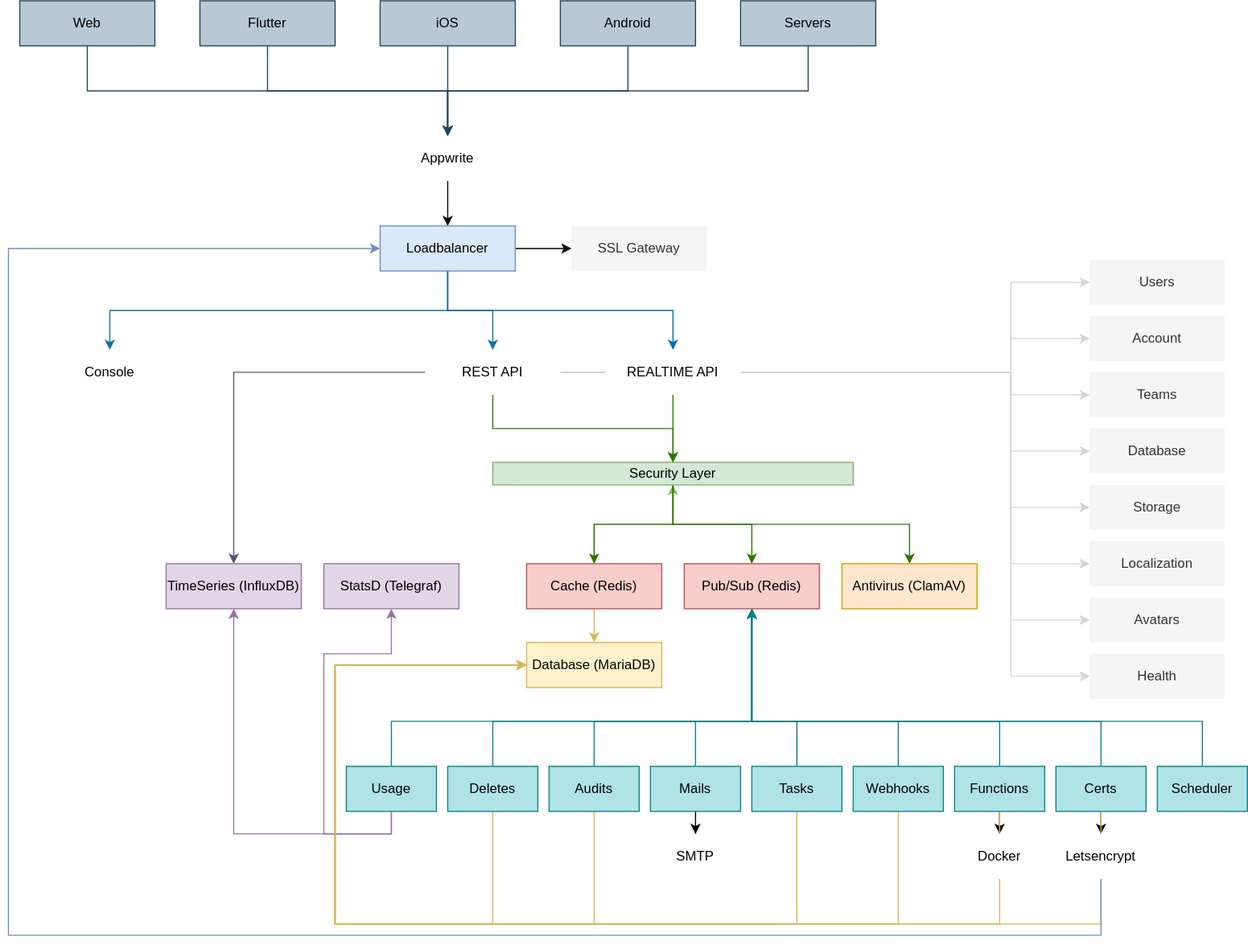
The draw.io diagram docs/specs/overview.drawio.svg in silverknight59222/appwrite, before a commit. Source tidied: cells renumbered, new cells last; positions are measured from the earlier drawing's top-left corner, leaving out a move shared by most shapes.
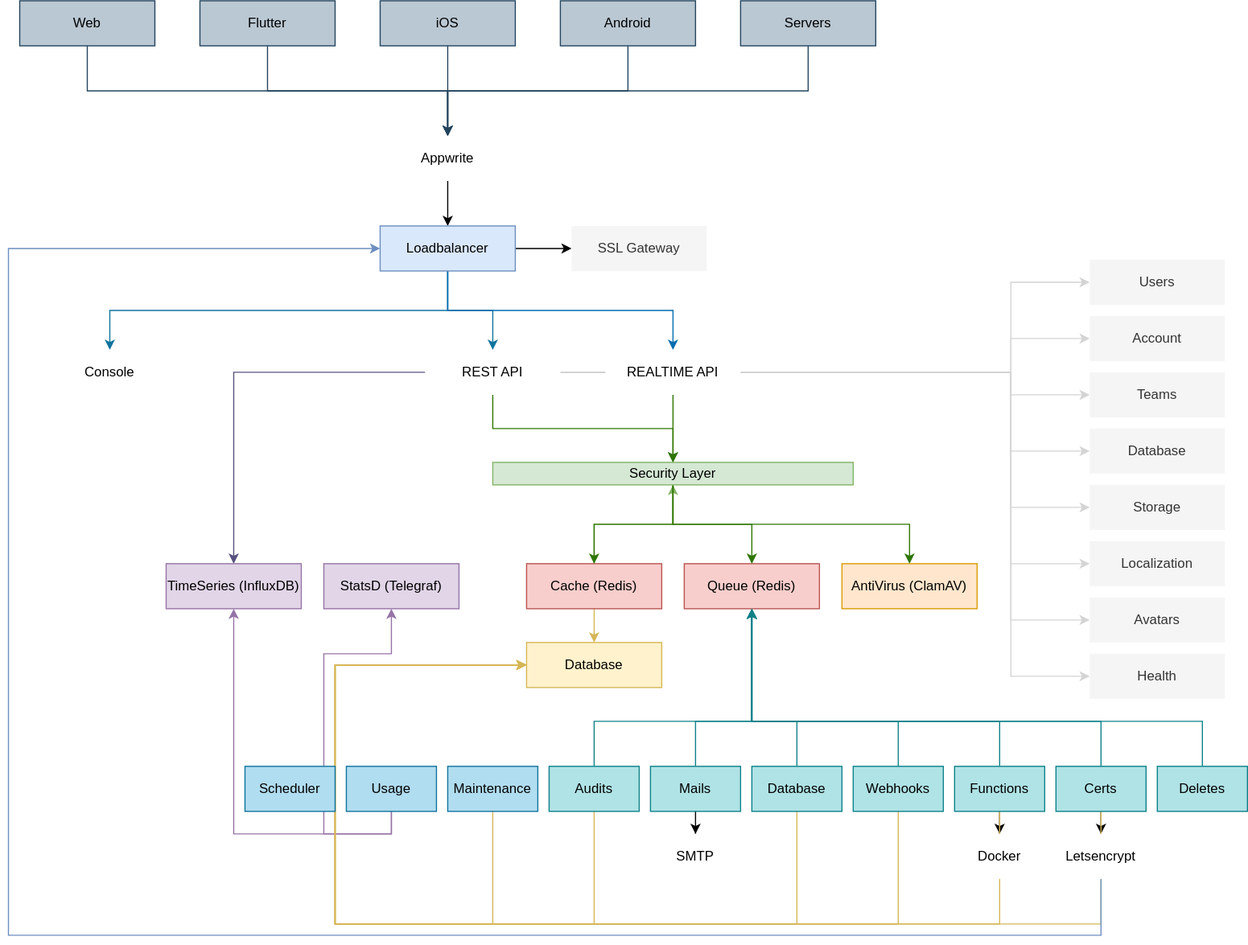
After the change.

Diff of the diagram source:
```diff
@@ -133,7 +133,7 @@
     <mxCell id="30" value="REST API" style="rounded=0;whiteSpace=wrap;html=1;strokeColor=none;" parent="1" vertex="1">
       <mxGeometry x="370" y="310" width="120" height="40" as="geometry" />
     </mxCell>
-    <mxCell id="31" value="Pub/Sub (Redis)" style="rounded=0;whiteSpace=wrap;html=1;strokeColor=#b85450;fillColor=#f8cecc;fontColor=#000000;labelBorderColor=none;" parent="1" vertex="1">
+    <mxCell id="31" value="Queue&amp;nbsp;(Redis)" style="rounded=0;whiteSpace=wrap;html=1;strokeColor=#b85450;fillColor=#f8cecc;fontColor=#000000;labelBorderColor=none;" parent="1" vertex="1">
       <mxGeometry x="600" y="500" width="120" height="40" as="geometry" />
     </mxCell>
     <mxCell id="32" style="edgeStyle=orthogonalEdgeStyle;rounded=0;jettySize=auto;html=1;fillColor=#fff2cc;strokeColor=#d6b656;" parent="1" edge="1" source="34" target="35">
@@ -145,7 +145,7 @@
     <mxCell id="34" value="Cache (Redis)" style="rounded=0;whiteSpace=wrap;html=1;strokeColor=#b85450;fillColor=#f8cecc;fontColor=#000000;labelBorderColor=none;" parent="1" vertex="1">
       <mxGeometry x="460" y="500" width="120" height="40" as="geometry" />
     </mxCell>
-    <mxCell id="35" value="Database (MariaDB)" style="rounded=0;whiteSpace=wrap;html=1;strokeColor=#d6b656;fillColor=#fff2cc;fontColor=#000000;labelBorderColor=none;" parent="1" vertex="1">
+    <mxCell id="35" value="Database" style="rounded=0;whiteSpace=wrap;html=1;strokeColor=#d6b656;fillColor=#fff2cc;fontColor=#000000;labelBorderColor=none;" parent="1" vertex="1">
       <mxGeometry x="460" y="570" width="120" height="40" as="geometry" />
     </mxCell>
     <mxCell id="36" value="Users" style="rounded=0;whiteSpace=wrap;html=1;strokeColor=none;fillColor=#f5f5f5;fontColor=#333333;" parent="1" vertex="1">
@@ -184,15 +184,7 @@
         </Array>
       </mxGeometry>
     </mxCell>
-    <mxCell id="46" style="edgeStyle=orthogonalEdgeStyle;rounded=0;jettySize=auto;html=1;exitX=0.5;exitY=0;exitDx=0;exitDy=0;strokeColor=#0e8088;fillColor=#b0e3e6;" parent="1" edge="1" source="47" target="31">
-      <mxGeometry relative="1" as="geometry">
-        <Array as="points">
-          <mxPoint x="430" y="640" />
-          <mxPoint x="660" y="640" />
-        </Array>
-      </mxGeometry>
-    </mxCell>
-    <mxCell id="47" value="Deletes" style="rounded=0;whiteSpace=wrap;html=1;strokeColor=#0e8088;fillColor=#b0e3e6;fontColor=#000000;labelBorderColor=none;" parent="1" vertex="1">
+    <mxCell id="47" value="Maintenance" style="rounded=0;whiteSpace=wrap;html=1;strokeColor=#10739e;fillColor=#b1ddf0;labelBorderColor=none;fontColor=#000000;" parent="1" vertex="1">
       <mxGeometry x="390" y="680" width="80" height="40" as="geometry" />
     </mxCell>
     <mxCell id="48" style="edgeStyle=orthogonalEdgeStyle;rounded=0;jettySize=auto;html=1;exitX=0.5;exitY=1;exitDx=0;exitDy=0;strokeColor=#2D7600;fillColor=#60a917;" parent="1" edge="1" source="51" target="34">
@@ -220,16 +212,7 @@
     <mxCell id="53" style="edgeStyle=orthogonalEdgeStyle;rounded=0;jettySize=auto;html=1;exitX=0.5;exitY=1;exitDx=0;exitDy=0;entryX=0.5;entryY=1;entryDx=0;entryDy=0;fillColor=#e1d5e7;strokeColor=#9673a6;" parent="1" edge="1" source="55" target="76">
       <mxGeometry relative="1" as="geometry" />
     </mxCell>
-    <mxCell id="54" style="edgeStyle=orthogonalEdgeStyle;rounded=0;jettySize=auto;html=1;exitX=0.5;exitY=0;exitDx=0;exitDy=0;strokeColor=#0e8088;fillColor=#b0e3e6;" parent="1" edge="1" source="55">
-      <mxGeometry relative="1" as="geometry">
-        <mxPoint x="660" y="540" as="targetPoint" />
-        <Array as="points">
-          <mxPoint x="340" y="640" />
-          <mxPoint x="660" y="640" />
-        </Array>
-      </mxGeometry>
-    </mxCell>
-    <mxCell id="55" value="Usage" style="rounded=0;whiteSpace=wrap;html=1;strokeColor=#0e8088;fillColor=#b0e3e6;fontColor=#000000;labelBorderColor=none;" parent="1" vertex="1">
+    <mxCell id="55" value="Usage" style="rounded=0;whiteSpace=wrap;html=1;strokeColor=#10739e;fillColor=#b1ddf0;labelBorderColor=none;fontColor=#000000;" parent="1" vertex="1">
       <mxGeometry x="300" y="680" width="80" height="40" as="geometry" />
     </mxCell>
     <mxCell id="56" style="edgeStyle=orthogonalEdgeStyle;rounded=0;jettySize=auto;html=1;exitX=0.5;exitY=1;exitDx=0;exitDy=0;entryX=0;entryY=0.5;entryDx=0;entryDy=0;fillColor=#fff2cc;strokeColor=#d6b656;" parent="1" edge="1" source="58" target="35">
@@ -278,7 +261,7 @@
         </Array>
       </mxGeometry>
     </mxCell>
-    <mxCell id="64" style="edgeStyle=orthogonalEdgeStyle;rounded=0;jettySize=auto;html=1;exitX=0.5;exitY=0;exitDx=0;exitDy=0;entryX=0.5;entryY=1;entryDx=0;entryDy=0;strokeColor=#D4D4D4;" parent="1" edge="1" source="66" target="31">
+    <mxCell id="64" style="edgeStyle=orthogonalEdgeStyle;rounded=0;jettySize=auto;html=1;exitX=0.5;exitY=0;exitDx=0;exitDy=0;entryX=0.5;entryY=1;entryDx=0;entryDy=0;strokeColor=#0E8088;" parent="1" edge="1" source="66" target="31">
       <mxGeometry relative="1" as="geometry">
         <Array as="points">
           <mxPoint x="700" y="640" />
@@ -286,15 +269,7 @@
         </Array>
       </mxGeometry>
     </mxCell>
-    <mxCell id="65" style="edgeStyle=orthogonalEdgeStyle;rounded=0;jettySize=auto;html=1;exitX=0.5;exitY=0;exitDx=0;exitDy=0;strokeColor=#0e8088;fillColor=#b0e3e6;" parent="1" edge="1" source="66" target="31">
-      <mxGeometry relative="1" as="geometry">
-        <Array as="points">
-          <mxPoint x="700" y="640" />
-          <mxPoint x="660" y="640" />
-        </Array>
-      </mxGeometry>
-    </mxCell>
-    <mxCell id="66" value="Tasks" style="rounded=0;whiteSpace=wrap;html=1;strokeColor=#0e8088;fillColor=#b0e3e6;fontColor=#000000;labelBorderColor=none;" parent="1" vertex="1">
+    <mxCell id="66" value="Database" style="rounded=0;whiteSpace=wrap;html=1;strokeColor=#0e8088;fillColor=#b0e3e6;fontColor=#000000;labelBorderColor=none;" parent="1" vertex="1">
       <mxGeometry x="660" y="680" width="80" height="40" as="geometry" />
     </mxCell>
     <mxCell id="67" style="edgeStyle=orthogonalEdgeStyle;rounded=0;jettySize=auto;html=1;exitX=0.5;exitY=1;exitDx=0;exitDy=0;entryX=0;entryY=0.5;entryDx=0;entryDy=0;fillColor=#fff2cc;strokeColor=#d6b656;" parent="1" edge="1" source="69" target="35">
@@ -380,7 +355,7 @@
         </Array>
       </mxGeometry>
     </mxCell>
-    <mxCell id="82" value="Scheduler" style="rounded=0;whiteSpace=wrap;html=1;strokeColor=#0e8088;fillColor=#b0e3e6;fontColor=#000000;labelBorderColor=none;" parent="1" vertex="1">
+    <mxCell id="82" value="Deletes" style="rounded=0;whiteSpace=wrap;html=1;strokeColor=#0e8088;fillColor=#b0e3e6;fontColor=#000000;labelBorderColor=none;" parent="1" vertex="1">
       <mxGeometry x="1020" y="680" width="80" height="40" as="geometry" />
     </mxCell>
     <mxCell id="83" style="edgeStyle=orthogonalEdgeStyle;rounded=0;jettySize=auto;html=1;exitX=0.5;exitY=1;exitDx=0;exitDy=0;entryX=0;entryY=0.5;entryDx=0;entryDy=0;fillColor=#dae8fc;strokeColor=#6c8ebf;" parent="1" edge="1" source="84" target="18">
@@ -404,5 +379,8 @@
     <mxCell id="87" value="REALTIME API" style="rounded=0;whiteSpace=wrap;html=1;strokeColor=none;" parent="1" vertex="1">
       <mxGeometry x="530" y="310" width="120" height="40" as="geometry" />
     </mxCell>
+    <mxCell id="88" value="Scheduler" style="rounded=0;whiteSpace=wrap;html=1;strokeColor=#10739e;fillColor=#b1ddf0;labelBorderColor=none;fontColor=#000000;" parent="1" vertex="1">
+      <mxGeometry x="210" y="680" width="80" height="40" as="geometry" />
+    </mxCell>
   </root>
 </mxGraphModel>
```
